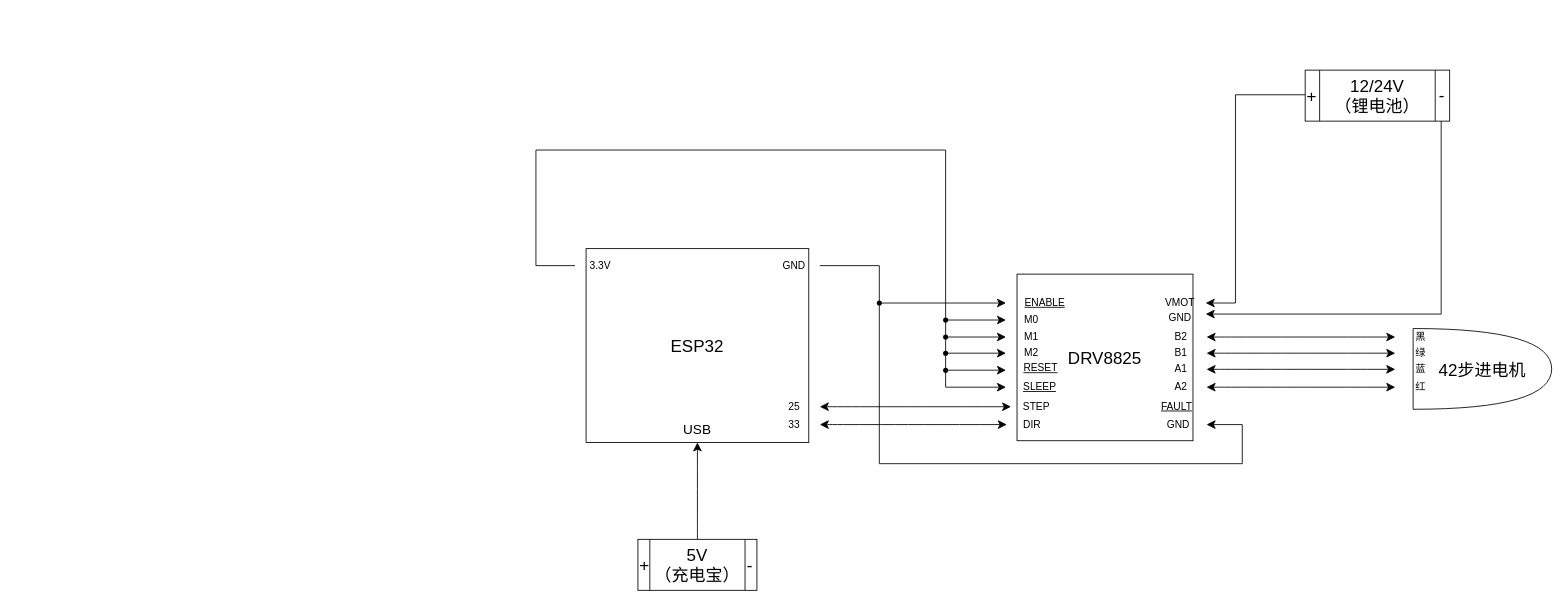
Earlier version of the draw.io diagram Pin.drawio (CatHouseStudio/EquatorialMDIY). Source tidied: cells renumbered, new cells numbered last; positions are measured from the earlier drawing's top-left corner, leaving out a move shared by most shapes. Both pictures are drawn from the tidied source at 85%, with x=0, y=0 at pixel (536, 70).
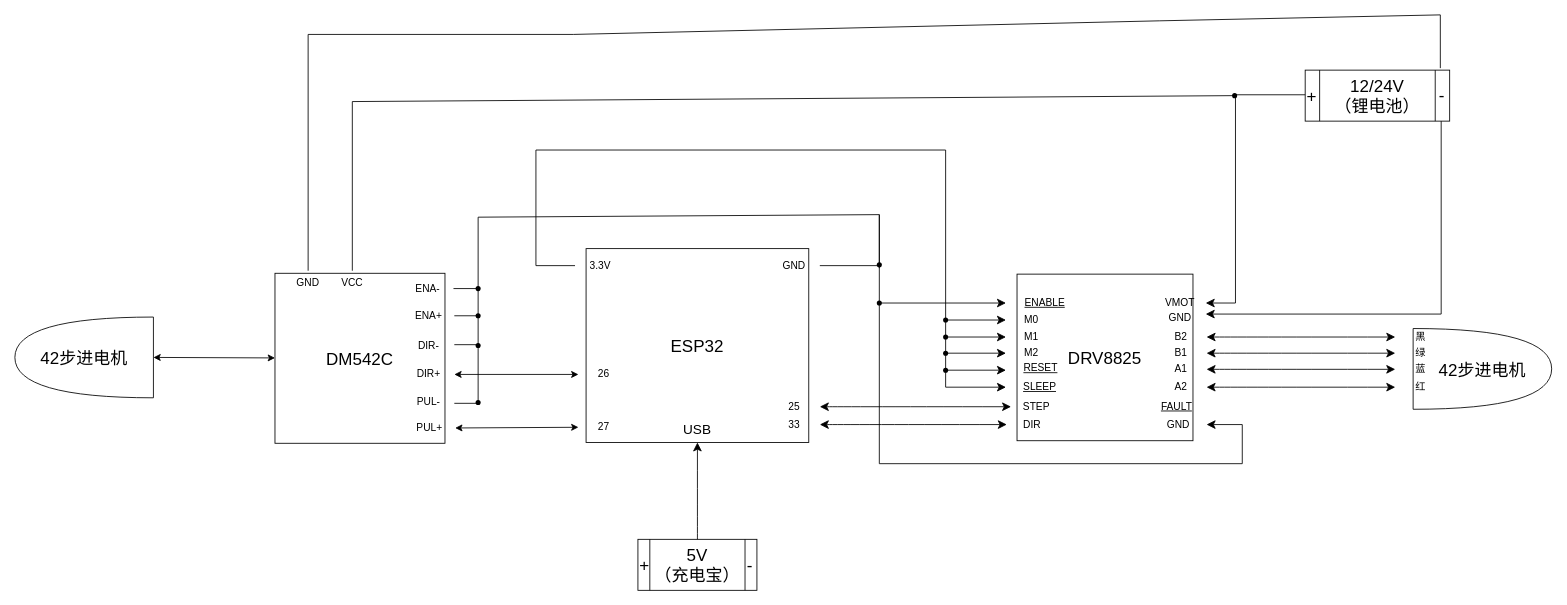
The same page after the edit.

The change refers to these unchanged cells:
```xml
<mxCell id="23" value="-" style="text;strokeColor=none;fillColor=none;html=1;align=center;verticalAlign=middle;whiteSpace=wrap;rounded=0;fontSize=20;" parent="1" vertex="1">
  <mxGeometry x="1036" y="14" width="60" height="30" as="geometry" />
</mxCell>
```

What changed in the source:
```diff
@@
+    <mxCell id="57" value="&lt;font style=&quot;font-size: 20px;&quot;&gt;DM542C&lt;/font&gt;" style="whiteSpace=wrap;html=1;" parent="1" vertex="1">
+      <mxGeometry x="-307" y="239" width="200" height="200" as="geometry" />
+    </mxCell>
+    <mxCell id="58" value="42步进电机" style="shape=or;whiteSpace=wrap;html=1;fontSize=20;rotation=0;flipV=0;flipH=1;" parent="1" vertex="1">
+      <mxGeometry x="-613" y="290.5" width="163" height="95" as="geometry" />
+    </mxCell>
+    <mxCell id="59" value="ENA-" style="text;strokeColor=none;fillColor=none;html=1;align=center;verticalAlign=middle;whiteSpace=wrap;rounded=0;fontSize=12;fontStyle=0;" parent="1" vertex="1">
+      <mxGeometry x="-157" y="242" width="60" height="30" as="geometry" />
+    </mxCell>
+    <mxCell id="60" value="ENA+" style="text;strokeColor=none;fillColor=none;html=1;align=center;verticalAlign=middle;whiteSpace=wrap;rounded=0;fontSize=12;fontStyle=0;" parent="1" vertex="1">
+      <mxGeometry x="-156" y="274" width="60" height="30" as="geometry" />
+    </mxCell>
+    <mxCell id="61" value="DIR-" style="text;strokeColor=none;fillColor=none;html=1;align=center;verticalAlign=middle;whiteSpace=wrap;rounded=0;fontSize=12;fontStyle=0;" parent="1" vertex="1">
+      <mxGeometry x="-156" y="309" width="60" height="30" as="geometry" />
+    </mxCell>
+    <mxCell id="62" value="DIR+" style="text;strokeColor=none;fillColor=none;html=1;align=center;verticalAlign=middle;whiteSpace=wrap;rounded=0;fontSize=12;fontStyle=0;" parent="1" vertex="1">
+      <mxGeometry x="-156" y="343" width="60" height="30" as="geometry" />
+    </mxCell>
+    <mxCell id="63" value="PUL-" style="text;strokeColor=none;fillColor=none;html=1;align=center;verticalAlign=middle;whiteSpace=wrap;rounded=0;fontSize=12;fontStyle=0;" parent="1" vertex="1">
+      <mxGeometry x="-156" y="376" width="60" height="30" as="geometry" />
+    </mxCell>
+    <mxCell id="64" value="PUL+" style="text;strokeColor=none;fillColor=none;html=1;align=center;verticalAlign=middle;whiteSpace=wrap;rounded=0;fontSize=12;fontStyle=0;" parent="1" vertex="1">
+      <mxGeometry x="-155" y="406" width="60" height="30" as="geometry" />
+    </mxCell>
+    <mxCell id="65" style="endArrow=none;html=1;rounded=0;" parent="1" edge="1" source="71">
+      <mxGeometry relative="1" as="geometry">
+        <mxPoint x="-68" y="257" as="targetPoint" />
+      </mxGeometry>
+    </mxCell>
+    <mxCell id="66" style="endArrow=none;html=1;rounded=0;" parent="1" edge="1">
+      <mxGeometry relative="1" as="geometry">
+        <mxPoint x="-96" y="289" as="sourcePoint" />
+        <mxPoint x="-67" y="289" as="targetPoint" />
+      </mxGeometry>
+    </mxCell>
+    <mxCell id="67" style="endArrow=none;html=1;rounded=0;" parent="1" edge="1">
+      <mxGeometry relative="1" as="geometry">
+        <mxPoint x="-96" y="323" as="sourcePoint" />
+        <mxPoint x="-67" y="323" as="targetPoint" />
+      </mxGeometry>
+    </mxCell>
+    <mxCell id="68" style="endArrow=none;html=1;rounded=0;" parent="1" edge="1">
+      <mxGeometry relative="1" as="geometry">
+        <mxPoint x="-96" y="392" as="sourcePoint" />
+        <mxPoint x="-66" y="392" as="targetPoint" />
+      </mxGeometry>
+    </mxCell>
+    <mxCell id="69" style="endArrow=none;html=1;rounded=0;" parent="1" edge="1">
+      <mxGeometry relative="1" as="geometry">
+        <mxPoint x="404" y="231" as="sourcePoint" />
+        <mxPoint x="404" y="233" as="targetPoint" />
+        <Array as="points">
+          <mxPoint x="404" y="170" />
+        </Array>
+      </mxGeometry>
+    </mxCell>
+    <mxCell id="70" style="endArrow=none;html=1;rounded=0;" parent="1" edge="1" source="59" target="71">
+      <mxGeometry relative="1" as="geometry" />
+    </mxCell>
+    <mxCell id="71" style="shape=waypoint;sketch=0;fillStyle=solid;size=6;points=[];fillColor=none;perimeter=centerPerimeter;snapToPoint=1;" parent="1" vertex="1">
+      <mxGeometry x="-78" y="247" width="20" height="20" as="geometry" />
+    </mxCell>
+    <mxCell id="72" style="endArrow=none;html=1;rounded=0;" parent="1" edge="1" source="77" target="73">
+      <mxGeometry relative="1" as="geometry" />
+    </mxCell>
+    <mxCell id="73" style="shape=waypoint;sketch=0;fillStyle=solid;size=6;points=[];fillColor=none;perimeter=centerPerimeter;snapToPoint=1;" parent="1" vertex="1">
+      <mxGeometry x="-78" y="279" width="20" height="20" as="geometry" />
+    </mxCell>
+    <mxCell id="74" style="endArrow=none;html=1;rounded=0;" parent="1" edge="1" target="75">
+      <mxGeometry relative="1" as="geometry">
+        <mxPoint x="-67" y="393" as="sourcePoint" />
+      </mxGeometry>
+    </mxCell>
+    <mxCell id="75" style="shape=waypoint;sketch=0;fillStyle=solid;size=6;points=[];fillColor=none;perimeter=centerPerimeter;snapToPoint=1;" parent="1" vertex="1">
+      <mxGeometry x="-78" y="381" width="20" height="20" as="geometry" />
+    </mxCell>
+    <mxCell id="76" style="endArrow=none;html=1;rounded=0;" parent="1" edge="1" source="75" target="77">
+      <mxGeometry relative="1" as="geometry" />
+    </mxCell>
+    <mxCell id="77" style="shape=waypoint;sketch=0;fillStyle=solid;size=6;points=[];fillColor=none;perimeter=centerPerimeter;snapToPoint=1;" parent="1" vertex="1">
+      <mxGeometry x="-78" y="314" width="20" height="20" as="geometry" />
+    </mxCell>
+    <mxCell id="78" style="endArrow=none;html=1;rounded=0;" parent="1" edge="1">
+      <mxGeometry relative="1" as="geometry">
+        <mxPoint x="-68" y="290" as="sourcePoint" />
+        <mxPoint x="404" y="170" as="targetPoint" />
+        <Array as="points">
+          <mxPoint x="-68" y="173" />
+        </Array>
+      </mxGeometry>
+    </mxCell>
+    <mxCell id="79" style="shape=waypoint;sketch=0;fillStyle=solid;size=6;fillColor=none;perimeter=centerPerimeter;" parent="1" vertex="1">
+      <mxGeometry x="394" y="219" width="20" height="20" as="geometry" />
+    </mxCell>
+    <mxCell id="80" value="26" style="text;strokeColor=none;fillColor=none;html=1;align=center;verticalAlign=middle;whiteSpace=wrap;rounded=0;fontSize=12;" parent="1" vertex="1">
+      <mxGeometry x="50" y="343" width="60" height="30" as="geometry" />
+    </mxCell>
+    <mxCell id="81" value="27" style="text;strokeColor=none;fillColor=none;html=1;align=center;verticalAlign=middle;whiteSpace=wrap;rounded=0;fontSize=12;" parent="1" vertex="1">
+      <mxGeometry x="50" y="405" width="60" height="30" as="geometry" />
+    </mxCell>
+    <mxCell id="82" style="endArrow=classic;startArrow=classic;html=1;rounded=0;exitX=1;exitY=0.5;exitDx=0;exitDy=0;" parent="1" edge="1" source="62" target="80">
+      <mxGeometry relative="1" as="geometry" />
+    </mxCell>
+    <mxCell id="83" style="endArrow=classic;startArrow=classic;html=1;rounded=0;exitX=1;exitY=0.5;exitDx=0;exitDy=0;" parent="1" edge="1" source="64" target="81">
+      <mxGeometry relative="1" as="geometry" />
+    </mxCell>
+    <mxCell id="84" style="endArrow=classic;startArrow=classic;html=1;rounded=0;exitX=0;exitY=0.5;exitDx=0;exitDy=0;exitPerimeter=0;" parent="1" edge="1" source="58" target="57">
+      <mxGeometry relative="1" as="geometry" />
+    </mxCell>
+    <mxCell id="85" value="GND" style="text;strokeColor=none;fillColor=none;html=1;align=center;verticalAlign=middle;whiteSpace=wrap;rounded=0;fontSize=12;fontStyle=0;" parent="1" vertex="1">
+      <mxGeometry x="-298" y="236" width="60" height="30" as="geometry" />
+    </mxCell>
+    <mxCell id="86" value="VCC" style="text;strokeColor=none;fillColor=none;html=1;align=center;verticalAlign=middle;whiteSpace=wrap;rounded=0;fontSize=12;fontStyle=0;" parent="1" vertex="1">
+      <mxGeometry x="-246" y="236" width="60" height="30" as="geometry" />
+    </mxCell>
+    <mxCell id="87" style="endArrow=none;html=1;rounded=0;exitDx=0;exitDy=0;" parent="1" edge="1" source="89">
+      <mxGeometry relative="1" as="geometry">
+        <mxPoint x="823" y="30" as="targetPoint" />
+      </mxGeometry>
+    </mxCell>
+    <mxCell id="88" style="endArrow=none;html=1;rounded=0;exitX=0.5;exitY=0;exitDx=0;exitDy=0;" parent="1" edge="1" source="86" target="89">
+      <mxGeometry relative="1" as="geometry">
+        <Array as="points">
+          <mxPoint x="-216" y="37" />
+        </Array>
+      </mxGeometry>
+    </mxCell>
+    <mxCell id="89" style="shape=waypoint;sketch=0;fillStyle=solid;size=6;points=[];fillColor=none;perimeter=centerPerimeter;snapToPoint=1;" parent="1" vertex="1">
+      <mxGeometry x="812" y="20" width="20" height="20" as="geometry" />
+    </mxCell>
+    <mxCell id="90" style="endArrow=none;html=1;rounded=0;exitX=0.5;exitY=0;exitDx=0;exitDy=0;entryX=0.467;entryY=-0.544;entryDx=0;entryDy=0;entryPerimeter=0;" parent="1" edge="1" source="85" target="23">
+      <mxGeometry relative="1" as="geometry">
+        <Array as="points">
+          <mxPoint x="-268" y="-42" />
+          <mxPoint x="44" y="-42" />
+          <mxPoint x="734" y="-58" />
+          <mxPoint x="1064" y="-65" />
+        </Array>
+      </mxGeometry>
+    </mxCell>
```
